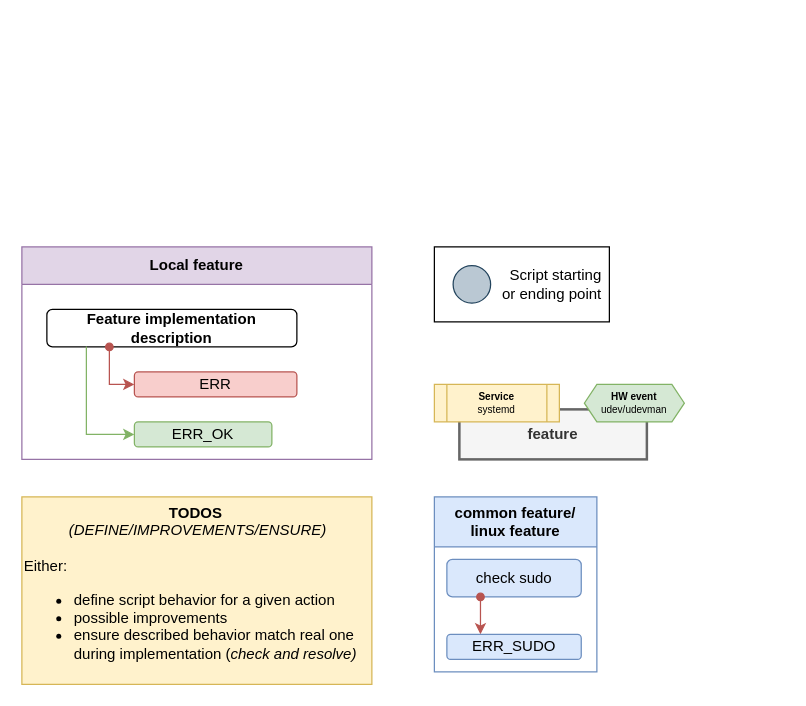
This is page "legend" (1 of 9) of docs/arch/arch.drawio from repeact/embedded-sw, a draw.io file, before an edit. Source tidied: cells renumbered, new cells numbered last; positions are measured from the earlier drawing's top-left corner, leaving out a move shared by most shapes. Both pictures are drawn from the tidied source at 125%, with x=0, y=0 at pixel (21, 246).
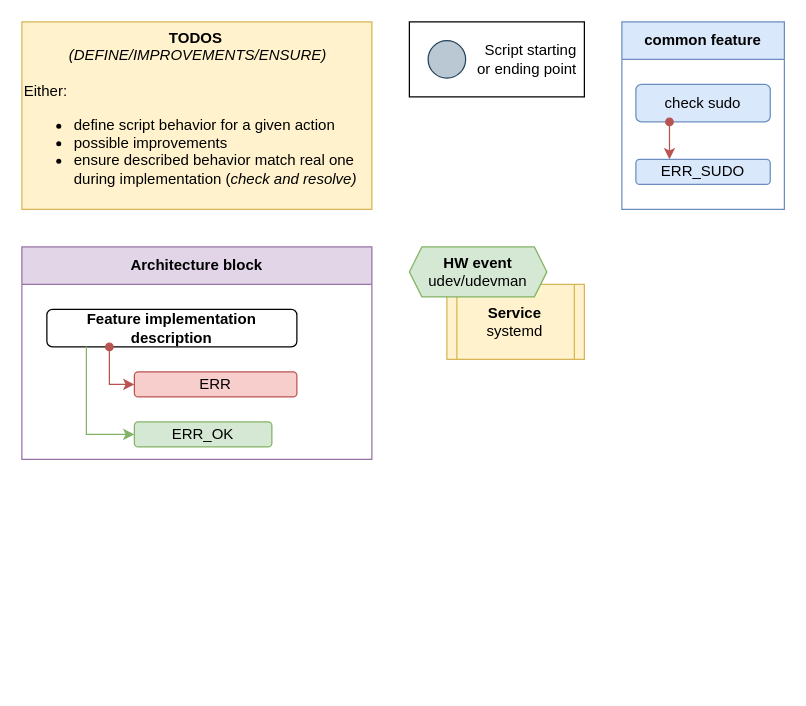
The same diagram, later.

Commit message:
docs(arch): refactor architecture legend

The edit, as a diff of the source:
```diff
@@
+    <mxCell id="5" value="&lt;div&gt;&lt;font style=&quot;font-size: 12px;&quot;&gt;&lt;b style=&quot;&quot;&gt;Service&lt;/b&gt;&lt;br&gt;systemd&lt;/font&gt;&lt;/div&gt;" style="shape=process;whiteSpace=wrap;html=1;backgroundOutline=1;size=0.07692307692307693;strokeWidth=1;fontSize=8;fillColor=#fff2cc;strokeColor=#d6b656;" parent="1" vertex="1">
+      <mxGeometry x="340" y="30" width="110" height="60" as="geometry" />
+    </mxCell>
     <mxCell id="2" value="Script starting&lt;div&gt;or ending point&lt;/div&gt;" style="whiteSpace=wrap;html=1;align=right;spacingRight=4;" parent="1" vertex="1">
-      <mxGeometry x="330" width="140" height="60" as="geometry" />
+      <mxGeometry x="310" y="-180" width="140" height="60" as="geometry" />
     </mxCell>
-    <mxCell id="3" value="&lt;b&gt;feature&lt;/b&gt;" style="rounded=0;whiteSpace=wrap;html=1;strokeWidth=2;fillColor=#f5f5f5;strokeColor=#666666;fontColor=#333333;" parent="1" vertex="1">
-      <mxGeometry x="350" y="130" width="150" height="40" as="geometry" />
-    </mxCell>
-    <mxCell id="4" value="&lt;b&gt;HW event&lt;/b&gt;&lt;div&gt;udev/udevman&lt;/div&gt;" style="shape=hexagon;perimeter=hexagonPerimeter2;whiteSpace=wrap;html=1;fixedSize=1;size=10;strokeWidth=1;fontSize=8;fillColor=#d5e8d4;strokeColor=#82b366;" parent="1" vertex="1">
-      <mxGeometry x="450" y="110" width="80" height="30" as="geometry" />
+    <mxCell id="4" value="&lt;b&gt;&lt;font style=&quot;font-size: 12px;&quot;&gt;HW event&lt;/font&gt;&lt;/b&gt;&lt;div&gt;&lt;font style=&quot;font-size: 12px;&quot;&gt;udev/udevman&lt;/font&gt;&lt;/div&gt;" style="shape=hexagon;perimeter=hexagonPerimeter2;whiteSpace=wrap;html=1;fixedSize=1;size=10;strokeWidth=1;fontSize=8;fillColor=#d5e8d4;strokeColor=#82b366;" parent="1" vertex="1">
+      <mxGeometry x="310" width="110" height="40" as="geometry" />
     </mxCell>
-    <mxCell id="5" value="&lt;div&gt;&lt;b&gt;Service&lt;/b&gt;&lt;br&gt;systemd&lt;/div&gt;" style="shape=process;whiteSpace=wrap;html=1;backgroundOutline=1;size=0.1;strokeWidth=1;fontSize=8;fillColor=#fff2cc;strokeColor=#d6b656;" parent="1" vertex="1">
-      <mxGeometry x="330" y="110" width="100" height="30" as="geometry" />
-    </mxCell>
-    <mxCell id="6" value="Local feature" style="swimlane;whiteSpace=wrap;html=1;startSize=30;fillColor=#e1d5e7;strokeColor=#9673a6;" parent="1" vertex="1">
+    <mxCell id="6" value="Architecture block" style="swimlane;whiteSpace=wrap;html=1;startSize=30;fillColor=#e1d5e7;strokeColor=#9673a6;" parent="1" vertex="1">
       <mxGeometry width="280" height="170" as="geometry" />
     </mxCell>
@@
     <mxCell id="12" value="&lt;div style=&quot;text-align: center;&quot;&gt;&lt;span style=&quot;background-color: transparent; color: light-dark(rgb(0, 0, 0), rgb(255, 255, 255));&quot;&gt;TODOS&amp;nbsp;&lt;/span&gt;&lt;/div&gt;&lt;div style=&quot;text-align: center;&quot;&gt;&lt;span style=&quot;background-color: transparent; color: light-dark(rgb(0, 0, 0), rgb(255, 255, 255));&quot;&gt;&lt;span style=&quot;font-weight: normal;&quot;&gt;&lt;i&gt;(DEFINE/IMPROVEMENTS/ENSURE)&lt;/i&gt;&lt;/span&gt;&lt;/span&gt;&lt;/div&gt;&lt;div style=&quot;text-align: center;&quot;&gt;&lt;span style=&quot;background-color: transparent; color: light-dark(rgb(0, 0, 0), rgb(255, 255, 255));&quot;&gt;&lt;br&gt;&lt;/span&gt;&lt;/div&gt;&lt;div style=&quot;&quot;&gt;&lt;span style=&quot;background-color: transparent; color: light-dark(rgb(0, 0, 0), rgb(255, 255, 255)); font-weight: normal;&quot;&gt;Either:&lt;/span&gt;&lt;/div&gt;&lt;div&gt;&lt;ul&gt;&lt;li&gt;&lt;span style=&quot;font-weight: 400;&quot;&gt;define script behavior for a given action&lt;/span&gt;&lt;/li&gt;&lt;li&gt;&lt;span style=&quot;font-weight: normal;&quot;&gt;possible improvements&lt;/span&gt;&lt;/li&gt;&lt;li&gt;&lt;span style=&quot;font-weight: normal;&quot;&gt;ensure&amp;nbsp;described behavior match real one during implementation (&lt;/span&gt;&lt;i style=&quot;font-weight: 400;&quot;&gt;check and resolve)&lt;/i&gt;&lt;/li&gt;&lt;/ul&gt;&lt;/div&gt;" style="rounded=0;whiteSpace=wrap;html=1;fillColor=#fff2cc;strokeColor=#d6b656;fontStyle=1;align=left;" parent="1" vertex="1">
-      <mxGeometry y="200" width="280" height="150" as="geometry" />
+      <mxGeometry y="-180" width="280" height="150" as="geometry" />
     </mxCell>
     <mxCell id="13" style="ellipse;whiteSpace=wrap;html=1;fillColor=#bac8d3;strokeColor=#23445d;" parent="1" vertex="1">
-      <mxGeometry x="345" y="15" width="30" height="30" as="geometry" />
+      <mxGeometry x="325" y="-165" width="30" height="30" as="geometry" />
     </mxCell>
-    <mxCell id="14" value="common feature/&lt;div&gt;linux feature&lt;/div&gt;" style="swimlane;whiteSpace=wrap;html=1;startSize=40;fillColor=#dae8fc;strokeColor=#6c8ebf;" parent="1" vertex="1">
-      <mxGeometry x="330" y="200" width="130" height="140" as="geometry" />
+    <mxCell id="14" value="common feature" style="swimlane;whiteSpace=wrap;html=1;startSize=30;fillColor=#dae8fc;strokeColor=#6c8ebf;" parent="1" vertex="1">
+      <mxGeometry x="480" y="-180" width="130" height="150" as="geometry" />
     </mxCell>
     <mxCell id="15" value="check sudo" style="rounded=1;whiteSpace=wrap;html=1;fillColor=#dae8fc;strokeColor=#6c8ebf;" parent="14" vertex="1">
-      <mxGeometry x="10" y="50" width="107.5" height="30" as="geometry" />
+      <mxGeometry x="11.2" y="50" width="107.5" height="30" as="geometry" />
     </mxCell>
@@
     <mxCell id="17" value="ERR_SUDO" style="rounded=1;whiteSpace=wrap;html=1;fillColor=#dae8fc;strokeColor=#6c8ebf;" parent="14" vertex="1">
-      <mxGeometry x="10" y="110" width="107.5" height="20" as="geometry" />
+      <mxGeometry x="11.2" y="110" width="107.5" height="20" as="geometry" />
     </mxCell>
```
